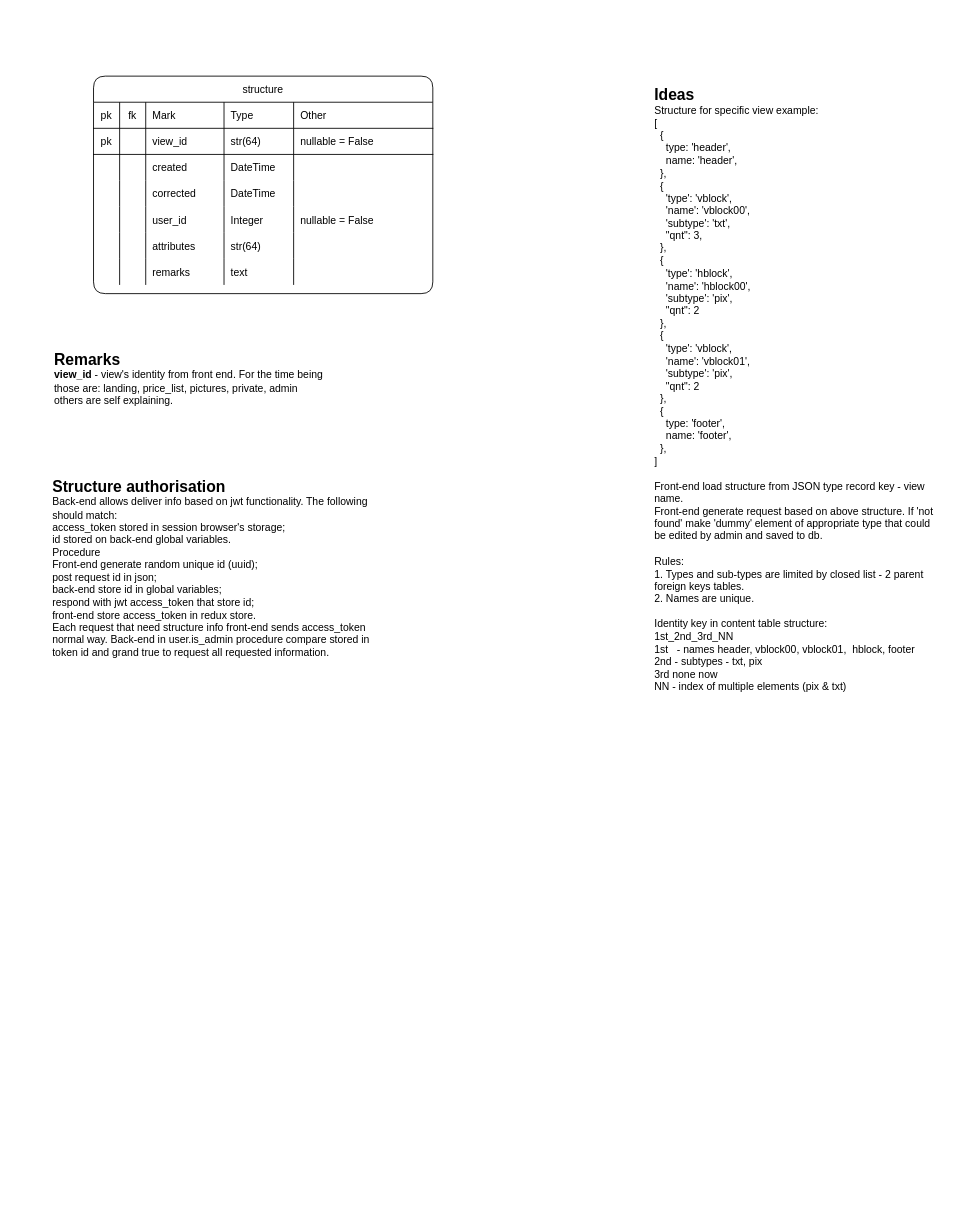
Before: page "structure table and procedure" (6 of 12) of market-coffee.drawio in Sergey190309/220415-market-caffee, a draw.io diagram. Source tidied: cells renumbered, new cells numbered last; positions are measured from the earlier drawing's top-left corner, leaving out a move shared by most shapes. Both pictures are drawn from the tidied source at 87%, with x=0, y=0 at pixel (48, 76).
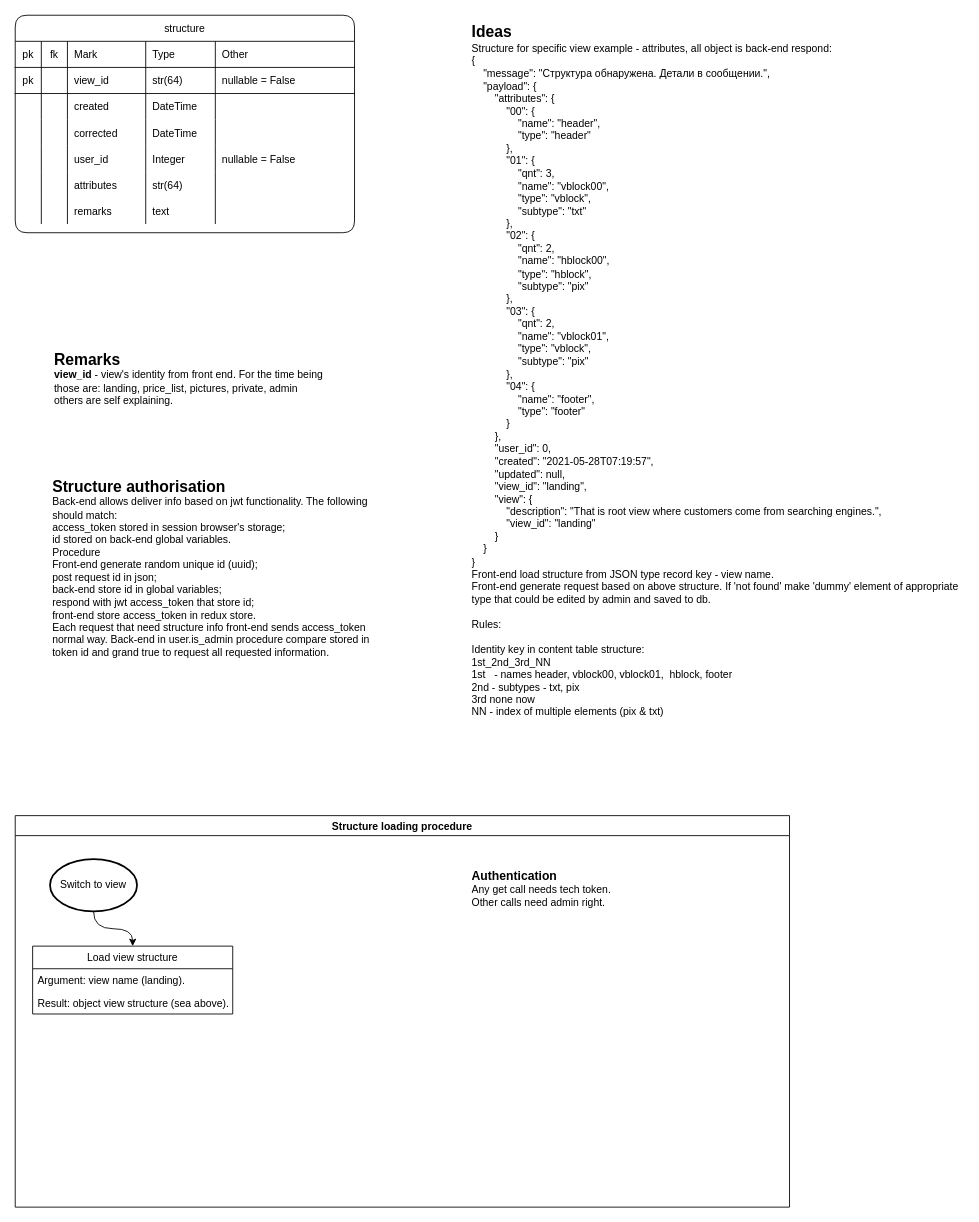
Above is the later version.

What changed in the source:
```diff
@@
     <mxCell id="2" value="structure" style="shape=table;startSize=30;childLayout=tableLayout;rowLines=0;fontStyle=0;align=center;shadow=0;labelBackgroundColor=none;strokeWidth=1;fontColor=#000000;rounded=1;" parent="1" vertex="1">
-      <mxGeometry x="52" width="390" height="250" as="geometry" />
+      <mxGeometry x="-38" y="-70" width="390" height="250" as="geometry" />
     </mxCell>
@@
+    <mxCell id="50" value="Structure loading procedure" style="swimlane;" parent="1" vertex="1">
+      <mxGeometry x="-38" y="850" width="890" height="450" as="geometry" />
+    </mxCell>
+    <mxCell id="51" value="Switch to view" style="strokeWidth=2;html=1;shape=mxgraph.flowchart.start_1;whiteSpace=wrap;" parent="50" vertex="1">
+      <mxGeometry x="40" y="50" width="100" height="60" as="geometry" />
+    </mxCell>
+    <mxCell id="52" value="Load view structure" style="swimlane;fontStyle=0;horizontal=1;startSize=26;fillColor=none;" parent="50" vertex="1">
+      <mxGeometry x="20" y="150" width="230" height="78" as="geometry" />
+    </mxCell>
+    <mxCell id="53" value="Argument: view name (landing)." style="text;strokeColor=none;fillColor=none;align=left;verticalAlign=top;spacingLeft=4;spacingRight=4;overflow=hidden;" parent="52" vertex="1">
+      <mxGeometry y="26" width="230" height="26" as="geometry" />
+    </mxCell>
+    <mxCell id="54" value="Result: object view structure (sea above)." style="text;strokeColor=none;fillColor=none;align=left;verticalAlign=top;spacingLeft=4;spacingRight=4;overflow=hidden;" parent="52" vertex="1">
+      <mxGeometry y="52" width="230" height="26" as="geometry" />
+    </mxCell>
+    <mxCell id="55" style="endArrow=classic;html=1;exitX=0.5;exitY=1;exitDx=0;exitDy=0;exitPerimeter=0;entryX=0.5;entryY=0;entryDx=0;entryDy=0;edgeStyle=orthogonalEdgeStyle;curved=1;" parent="50" edge="1" source="51" target="52">
+      <mxGeometry relative="1" as="geometry" />
+    </mxCell>
+    <mxCell id="56" value="&lt;p&gt;&lt;font size=&quot;1&quot;&gt;&lt;b style=&quot;font-size: 14px&quot;&gt;Authentication&lt;/b&gt;&lt;/font&gt;&lt;br&gt;&lt;font style=&quot;font-size: 12px&quot;&gt;Any get call needs tech token. Other calls need admin right.&lt;/font&gt;&lt;/p&gt;" style="text;html=1;strokeColor=none;fillColor=none;spacing=5;spacingTop=-20;whiteSpace=wrap;overflow=hidden;rounded=0;fontFamily=Helvetica;" parent="50" vertex="1">
+      <mxGeometry x="520" y="60" width="190" height="120" as="geometry" />
+    </mxCell>
+    <mxCell id="47" value="&lt;font style=&quot;font-size: 18px&quot;&gt;&lt;b&gt;Ideas&lt;/b&gt;&lt;/font&gt;&lt;br&gt;Structure for specific view example - attributes, all object is back-end respond:&lt;br&gt;&lt;div&gt;&lt;div&gt;&lt;/div&gt;&lt;/div&gt;&lt;div&gt;{&lt;/div&gt;&lt;div&gt;&amp;nbsp; &amp;nbsp; &quot;message&quot;: &quot;Структура обнаружена. Детали в сообщении.&quot;,&lt;/div&gt;&lt;div&gt;&amp;nbsp; &amp;nbsp; &quot;payload&quot;: {&lt;/div&gt;&lt;div&gt;&amp;nbsp; &amp;nbsp; &amp;nbsp; &amp;nbsp; &quot;attributes&quot;: {&lt;/div&gt;&lt;div&gt;&amp;nbsp; &amp;nbsp; &amp;nbsp; &amp;nbsp; &amp;nbsp; &amp;nbsp; &quot;00&quot;: {&lt;/div&gt;&lt;div&gt;&amp;nbsp; &amp;nbsp; &amp;nbsp; &amp;nbsp; &amp;nbsp; &amp;nbsp; &amp;nbsp; &amp;nbsp; &quot;name&quot;: &quot;header&quot;,&lt;/div&gt;&lt;div&gt;&amp;nbsp; &amp;nbsp; &amp;nbsp; &amp;nbsp; &amp;nbsp; &amp;nbsp; &amp;nbsp; &amp;nbsp; &quot;type&quot;: &quot;header&quot;&lt;/div&gt;&lt;div&gt;&amp;nbsp; &amp;nbsp; &amp;nbsp; &amp;nbsp; &amp;nbsp; &amp;nbsp; },&lt;/div&gt;&lt;div&gt;&amp;nbsp; &amp;nbsp; &amp;nbsp; &amp;nbsp; &amp;nbsp; &amp;nbsp; &quot;01&quot;: {&lt;/div&gt;&lt;div&gt;&amp;nbsp; &amp;nbsp; &amp;nbsp; &amp;nbsp; &amp;nbsp; &amp;nbsp; &amp;nbsp; &amp;nbsp; &quot;qnt&quot;: 3,&lt;/div&gt;&lt;div&gt;&amp;nbsp; &amp;nbsp; &amp;nbsp; &amp;nbsp; &amp;nbsp; &amp;nbsp; &amp;nbsp; &amp;nbsp; &quot;name&quot;: &quot;vblock00&quot;,&lt;/div&gt;&lt;div&gt;&amp;nbsp; &amp;nbsp; &amp;nbsp; &amp;nbsp; &amp;nbsp; &amp;nbsp; &amp;nbsp; &amp;nbsp; &quot;type&quot;: &quot;vblock&quot;,&lt;/div&gt;&lt;div&gt;&amp;nbsp; &amp;nbsp; &amp;nbsp; &amp;nbsp; &amp;nbsp; &amp;nbsp; &amp;nbsp; &amp;nbsp; &quot;subtype&quot;: &quot;txt&quot;&lt;/div&gt;&lt;div&gt;&amp;nbsp; &amp;nbsp; &amp;nbsp; &amp;nbsp; &amp;nbsp; &amp;nbsp; },&lt;/div&gt;&lt;div&gt;&amp;nbsp; &amp;nbsp; &amp;nbsp; &amp;nbsp; &amp;nbsp; &amp;nbsp; &quot;02&quot;: {&lt;/div&gt;&lt;div&gt;&amp;nbsp; &amp;nbsp; &amp;nbsp; &amp;nbsp; &amp;nbsp; &amp;nbsp; &amp;nbsp; &amp;nbsp; &quot;qnt&quot;: 2,&lt;/div&gt;&lt;div&gt;&amp;nbsp; &amp;nbsp; &amp;nbsp; &amp;nbsp; &amp;nbsp; &amp;nbsp; &amp;nbsp; &amp;nbsp; &quot;name&quot;: &quot;hblock00&quot;,&lt;/div&gt;&lt;div&gt;&amp;nbsp; &amp;nbsp; &amp;nbsp; &amp;nbsp; &amp;nbsp; &amp;nbsp; &amp;nbsp; &amp;nbsp; &quot;type&quot;: &quot;hblock&quot;,&lt;/div&gt;&lt;div&gt;&amp;nbsp; &amp;nbsp; &amp;nbsp; &amp;nbsp; &amp;nbsp; &amp;nbsp; &amp;nbsp; &amp;nbsp; &quot;subtype&quot;: &quot;pix&quot;&lt;/div&gt;&lt;div&gt;&amp;nbsp; &amp;nbsp; &amp;nbsp; &amp;nbsp; &amp;nbsp; &amp;nbsp; },&lt;/div&gt;&lt;div&gt;&amp;nbsp; &amp;nbsp; &amp;nbsp; &amp;nbsp; &amp;nbsp; &amp;nbsp; &quot;03&quot;: {&lt;/div&gt;&lt;div&gt;&amp;nbsp; &amp;nbsp; &amp;nbsp; &amp;nbsp; &amp;nbsp; &amp;nbsp; &amp;nbsp; &amp;nbsp; &quot;qnt&quot;: 2,&lt;/div&gt;&lt;div&gt;&amp;nbsp; &amp;nbsp; &amp;nbsp; &amp;nbsp; &amp;nbsp; &amp;nbsp; &amp;nbsp; &amp;nbsp; &quot;name&quot;: &quot;vblock01&quot;,&lt;/div&gt;&lt;div&gt;&amp;nbsp; &amp;nbsp; &amp;nbsp; &amp;nbsp; &amp;nbsp; &amp;nbsp; &amp;nbsp; &amp;nbsp; &quot;type&quot;: &quot;vblock&quot;,&lt;/div&gt;&lt;div&gt;&amp;nbsp; &amp;nbsp; &amp;nbsp; &amp;nbsp; &amp;nbsp; &amp;nbsp; &amp;nbsp; &amp;nbsp; &quot;subtype&quot;: &quot;pix&quot;&lt;/div&gt;&lt;div&gt;&amp;nbsp; &amp;nbsp; &amp;nbsp; &amp;nbsp; &amp;nbsp; &amp;nbsp; },&lt;/div&gt;&lt;div&gt;&amp;nbsp; &amp;nbsp; &amp;nbsp; &amp;nbsp; &amp;nbsp; &amp;nbsp; &quot;04&quot;: {&lt;/div&gt;&lt;div&gt;&amp;nbsp; &amp;nbsp; &amp;nbsp; &amp;nbsp; &amp;nbsp; &amp;nbsp; &amp;nbsp; &amp;nbsp; &quot;name&quot;: &quot;footer&quot;,&lt;/div&gt;&lt;div&gt;&amp;nbsp; &amp;nbsp; &amp;nbsp; &amp;nbsp; &amp;nbsp; &amp;nbsp; &amp;nbsp; &amp;nbsp; &quot;type&quot;: &quot;footer&quot;&lt;/div&gt;&lt;div&gt;&amp;nbsp; &amp;nbsp; &amp;nbsp; &amp;nbsp; &amp;nbsp; &amp;nbsp; }&lt;/div&gt;&lt;div&gt;&amp;nbsp; &amp;nbsp; &amp;nbsp; &amp;nbsp; },&lt;/div&gt;&lt;div&gt;&amp;nbsp; &amp;nbsp; &amp;nbsp; &amp;nbsp; &quot;user_id&quot;: 0,&lt;/div&gt;&lt;div&gt;&amp;nbsp; &amp;nbsp; &amp;nbsp; &amp;nbsp; &quot;created&quot;: &quot;2021-05-28T07:19:57&quot;,&lt;/div&gt;&lt;div&gt;&amp;nbsp; &amp;nbsp; &amp;nbsp; &amp;nbsp; &quot;updated&quot;: null,&lt;/div&gt;&lt;div&gt;&amp;nbsp; &amp;nbsp; &amp;nbsp; &amp;nbsp; &quot;view_id&quot;: &quot;landing&quot;,&lt;/div&gt;&lt;div&gt;&amp;nbsp; &amp;nbsp; &amp;nbsp; &amp;nbsp; &quot;view&quot;: {&lt;/div&gt;&lt;div&gt;&amp;nbsp; &amp;nbsp; &amp;nbsp; &amp;nbsp; &amp;nbsp; &amp;nbsp; &quot;description&quot;: &quot;That is root view where customers come from searching engines.&quot;,&lt;/div&gt;&lt;div&gt;&amp;nbsp; &amp;nbsp; &amp;nbsp; &amp;nbsp; &amp;nbsp; &amp;nbsp; &quot;view_id&quot;: &quot;landing&quot;&lt;/div&gt;&lt;div&gt;&amp;nbsp; &amp;nbsp; &amp;nbsp; &amp;nbsp; }&lt;/div&gt;&lt;div&gt;&amp;nbsp; &amp;nbsp; }&lt;/div&gt;&lt;div&gt;}&lt;/div&gt;Front-end load structure from JSON type record key - view name.&amp;nbsp;&lt;br&gt;Front-end generate request&amp;nbsp;based on above structure. If 'not found' make 'dummy' element of appropriate type that could be edited by admin and saved to db.&lt;br&gt;&lt;br&gt;Rules:&lt;br&gt;&lt;br&gt;Identity key in content table structure:&lt;br&gt;1st_2nd_3rd_NN&lt;br&gt;1st&amp;nbsp; &amp;nbsp;- names header, vblock00, vblock01,&amp;nbsp;&amp;nbsp;hblock, footer&lt;br&gt;2nd - subtypes - txt, pix&lt;br&gt;3rd none now&lt;br&gt;NN - index of&amp;nbsp;multiple elements (pix &amp;amp; txt)" style="text;strokeColor=none;fillColor=none;spacing=5;spacingTop=0;overflow=hidden;rounded=0;whiteSpace=wrap;html=1;" parent="1" vertex="1">
+      <mxGeometry x="482" y="-70" width="570" height="910" as="geometry" />
+    </mxCell>
@@
-    <mxCell id="47" value="&lt;font style=&quot;font-size: 18px&quot;&gt;&lt;b&gt;&lt;br&gt;Ideas&lt;/b&gt;&lt;/font&gt;&lt;br&gt;Structure for specific view example:&lt;br&gt;&lt;div&gt;[&lt;/div&gt;&lt;div&gt;&amp;nbsp; {&lt;/div&gt;&lt;div&gt;&amp;nbsp; &amp;nbsp; type: 'header',&lt;/div&gt;&lt;div&gt;&amp;nbsp; &amp;nbsp; name: 'header',&lt;/div&gt;&lt;div&gt;&amp;nbsp; },&lt;/div&gt;&lt;div&gt;&amp;nbsp; {&lt;/div&gt;&lt;div&gt;&amp;nbsp; &amp;nbsp; 'type': 'vblock',&lt;/div&gt;&lt;div&gt;&amp;nbsp; &amp;nbsp; 'name': 'vblock00',&lt;/div&gt;&lt;div&gt;&amp;nbsp; &amp;nbsp; 'subtype': 'txt',&lt;/div&gt;&lt;div&gt;&amp;nbsp; &amp;nbsp; &quot;qnt&quot;: 3,&lt;/div&gt;&lt;div&gt;&amp;nbsp; },&lt;/div&gt;&lt;div&gt;&amp;nbsp; {&lt;/div&gt;&lt;div&gt;&amp;nbsp; &amp;nbsp; 'type': 'hblock',&lt;/div&gt;&lt;div&gt;&amp;nbsp; &amp;nbsp; 'name': 'hblock00',&lt;/div&gt;&lt;div&gt;&amp;nbsp; &amp;nbsp; 'subtype': 'pix',&lt;/div&gt;&lt;div&gt;&amp;nbsp; &amp;nbsp; &quot;qnt&quot;: 2&lt;/div&gt;&lt;div&gt;&amp;nbsp; },&lt;/div&gt;&lt;div&gt;&amp;nbsp; {&lt;/div&gt;&lt;div&gt;&amp;nbsp; &amp;nbsp; 'type': 'vblock',&lt;/div&gt;&lt;div&gt;&amp;nbsp; &amp;nbsp; 'name': 'vblock01',&lt;/div&gt;&lt;div&gt;&amp;nbsp; &amp;nbsp; 'subtype': 'pix',&lt;/div&gt;&lt;div&gt;&amp;nbsp; &amp;nbsp; &quot;qnt&quot;: 2&lt;/div&gt;&lt;div&gt;&amp;nbsp; },&lt;/div&gt;&lt;div&gt;&amp;nbsp; {&lt;/div&gt;&lt;div&gt;&amp;nbsp; &amp;nbsp; type: 'footer',&lt;/div&gt;&lt;div&gt;&amp;nbsp; &amp;nbsp; name: 'footer',&lt;/div&gt;&lt;div&gt;&amp;nbsp; },&lt;/div&gt;&lt;div&gt;]&lt;/div&gt;&lt;div&gt;&lt;br&gt;&lt;/div&gt;Front-end load structure from JSON type record key - view name.&amp;nbsp;&lt;br&gt;Front-end generate request&amp;nbsp;based on above structure. If 'not found' make 'dummy' element of appropriate type that could be edited by admin and saved to db.&lt;br&gt;&lt;br&gt;Rules:&lt;br&gt;1. Types and sub-types are limited by closed list - 2 parent foreign keys tables.&lt;br&gt;2. Names are unique.&lt;br&gt;&lt;br&gt;Identity key in content table structure:&lt;br&gt;1st_2nd_3rd_NN&lt;br&gt;1st&amp;nbsp; &amp;nbsp;- names header, vblock00, vblock01,&amp;nbsp;&amp;nbsp;hblock, footer&lt;br&gt;2nd - subtypes - txt, pix&lt;br&gt;3rd none now&lt;br&gt;NN - index of&amp;nbsp;multiple elements (pix &amp;amp; txt)" style="text;strokeColor=none;fillColor=none;spacing=5;spacingTop=-20;overflow=hidden;rounded=0;whiteSpace=wrap;html=1;" parent="46" vertex="1">
-      <mxGeometry x="692" width="340" height="710" as="geometry" />
-    </mxCell>
```
